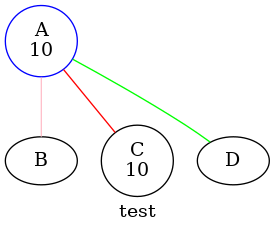
BDhanush/Network-Visualizer-Language keeps this Graphviz diagram as output.png. Above is the earlier version. Its source is kept beside it as output.dot.
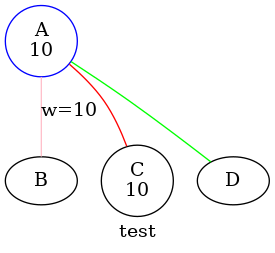
After the change.

Commit message:
edge weight

What changed in the source:
```diff
@@ -3,7 +3,7 @@
 A [color="blue"];
 B [label="B"];
 C [label="C"];
-A -- B [weight=10];
+A -- B [weight=10][label="w=10"];
 A -- B [color="pink"];
 A -- C [color="red"];
 A -- D [color="green"];
```
